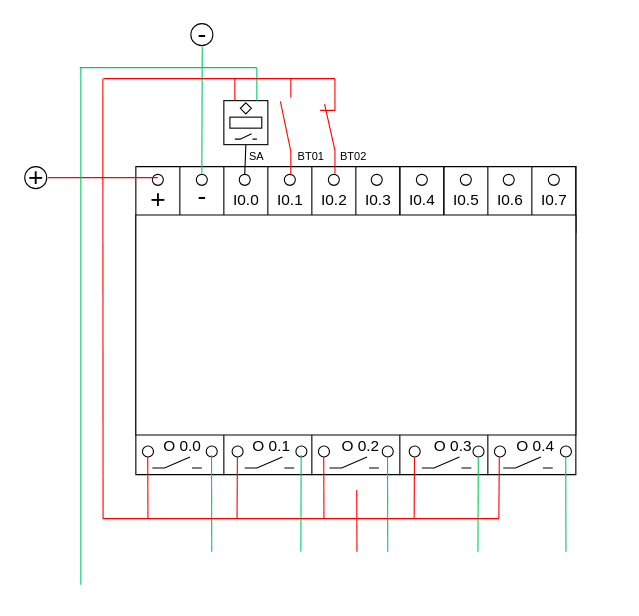
Earlier version of the draw.io diagram BottlingMachineDiagram.drawio (vittoria-thomasini/industrial-automation-plc). Source tidied: cells renumbered, new cells numbered last; positions are measured from the earlier drawing's top-left corner, leaving out a move shared by most shapes. Both pictures are drawn from the tidied source at 110%, with x=0, y=0 at pixel (19, 23).
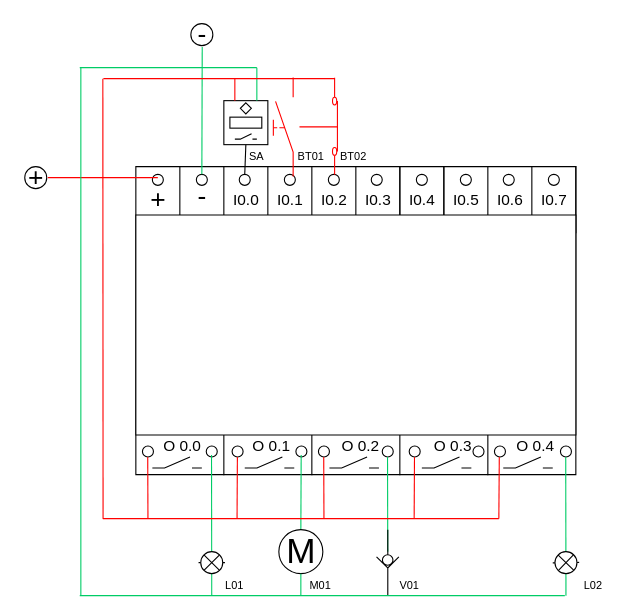
The same diagram, later.

Change to the diagram source:
```diff
@@
-    <mxCell id="64" style="endArrow=none;html=1;strokeColor=#00CC66;" parent="1" edge="1">
-      <mxGeometry relative="1" as="geometry">
-        <mxPoint x="417" y="480" as="sourcePoint" />
-        <mxPoint x="417.3" y="394" as="targetPoint" />
-      </mxGeometry>
-    </mxCell>
     <mxCell id="65" style="endArrow=none;html=1;strokeColor=#00CC66;" parent="1" edge="1">
       <mxGeometry relative="1" as="geometry">
-        <mxPoint x="497" y="480" as="sourcePoint" />
+        <mxPoint x="497" y="520" as="sourcePoint" />
         <mxPoint x="496.8" y="394" as="targetPoint" />
       </mxGeometry>
     </mxCell>
@@
     <mxCell id="68" style="endArrow=none;html=1;strokeColor=#00CC66;" parent="1" edge="1">
       <mxGeometry relative="1" as="geometry">
-        <mxPoint x="175" y="480" as="sourcePoint" />
+        <mxPoint x="175" y="520" as="sourcePoint" />
         <mxPoint x="174.8" y="392.2" as="targetPoint" />
       </mxGeometry>
     </mxCell>
-    <mxCell id="69" style="endArrow=none;html=1;strokeColor=#00CC66;" parent="1" edge="1">
+    <mxCell id="69" style="endArrow=none;html=1;strokeColor=#00CC66;startArrow=none;" parent="1" edge="1" source="95">
       <mxGeometry relative="1" as="geometry">
-        <mxPoint x="256" y="480" as="sourcePoint" />
         <mxPoint x="256.3" y="392.2" as="targetPoint" />
       </mxGeometry>
     </mxCell>
@@
     <mxCell id="78" style="endArrow=none;html=1;strokeColor=#00CC66;" parent="1" edge="1">
       <mxGeometry relative="1" as="geometry">
-        <mxPoint x="56" y="510" as="sourcePoint" />
+        <mxPoint x="56" y="520" as="sourcePoint" />
         <mxPoint x="56" y="40" as="targetPoint" />
       </mxGeometry>
     </mxCell>
@@
-    <mxCell id="81" style="endArrow=none;html=1;strokeColor=#FF0000;entryX=1;entryY=1;entryDx=0;entryDy=0;entryPerimeter=0;" parent="1" edge="1" target="84">
+    <mxCell id="81" style="endArrow=none;html=1;strokeColor=#FF0000;entryX=1;entryY=1;entryDx=0;entryDy=0;entryPerimeter=0;" parent="1" edge="1">
       <mxGeometry relative="1" as="geometry">
         <mxPoint x="76.5" y="50" as="sourcePoint" />
+        <mxPoint x="287" y="50" as="targetPoint" />
       </mxGeometry>
     </mxCell>
@@
-    <mxCell id="83" style="verticalLabelPosition=bottom;shadow=0;dashed=0;align=center;html=1;verticalAlign=top;shape=mxgraph.electrical.electro-mechanical.make_contact;rotation=-90;strokeColor=#FF0000;" parent="1" vertex="1">
-      <mxGeometry x="197.9" y="89" width="88.5" height="9.5" as="geometry" />
-    </mxCell>
-    <mxCell id="84" style="verticalLabelPosition=bottom;shadow=0;dashed=0;align=center;html=1;verticalAlign=top;shape=mxgraph.electrical.electro-mechanical.break_contact;strokeColor=#FF0000;rotation=-90;" parent="1" vertex="1">
-      <mxGeometry x="237" y="86.5" width="86.5" height="13.5" as="geometry" />
-    </mxCell>
@@
-    <mxCell id="87" style="endArrow=none;html=1;strokeColor=#FF0000;" parent="1" edge="1">
-      <mxGeometry relative="1" as="geometry">
-        <mxPoint x="307" y="480" as="sourcePoint" />
-        <mxPoint x="306.8" y="424" as="targetPoint" />
-      </mxGeometry>
-    </mxCell>
@@
+    <mxCell id="89" style="verticalLabelPosition=bottom;shadow=0;dashed=0;align=center;html=1;verticalAlign=top;shape=mxgraph.electrical.electro-mechanical.manual_switch;strokeColor=#FF0000;rotation=-90;" parent="1" vertex="1">
+      <mxGeometry x="195" y="85" width="90" height="18" as="geometry" />
+    </mxCell>
+    <mxCell id="90" style="verticalLabelPosition=bottom;shadow=0;dashed=0;align=center;html=1;verticalAlign=top;shape=mxgraph.electrical.electro-mechanical.pushbutton_break;strokeColor=#FF0000;rotation=-90;" parent="1" vertex="1">
+      <mxGeometry x="228" y="76" width="88" height="34.5" as="geometry" />
+    </mxCell>
+    <mxCell id="91" style="verticalLabelPosition=bottom;shadow=0;dashed=0;align=center;html=1;verticalAlign=top;shape=mxgraph.electrical.miscellaneous.light_bulb;strokeColor=#000000;rotation=-180;" parent="1" vertex="1">
+      <mxGeometry x="163" y="480" width="24" height="20" as="geometry" />
+    </mxCell>
+    <mxCell id="92" style="verticalLabelPosition=bottom;shadow=0;dashed=0;align=center;html=1;verticalAlign=top;shape=mxgraph.electrical.miscellaneous.light_bulb;strokeColor=#000000;rotation=-181;" parent="1" vertex="1">
+      <mxGeometry x="485" y="480" width="24" height="20" as="geometry" />
+    </mxCell>
+    <mxCell id="93" style="verticalLabelPosition=bottom;html=1;verticalAlign=top;strokeColor=#000000;fillColor=#000000;align=center;shape=mxgraph.fluid_power.x10700;" parent="1" vertex="1">
+      <mxGeometry x="324.8" y="460" width="20.3" height="60" as="geometry" />
+    </mxCell>
+    <mxCell id="94" style="endArrow=none;html=1;strokeColor=#00CC66;" parent="1" edge="1">
+      <mxGeometry relative="1" as="geometry">
+        <mxPoint x="496" y="520" as="sourcePoint" />
+        <mxPoint x="55" y="520" as="targetPoint" />
+      </mxGeometry>
+    </mxCell>
+    <mxCell id="95" value="M" style="verticalLabelPosition=middle;shadow=0;dashed=0;align=center;html=1;verticalAlign=middle;strokeWidth=1;shape=ellipse;fontSize=32;perimeter=ellipsePerimeter;" parent="1" vertex="1">
+      <mxGeometry x="236" y="460" width="40" height="40" as="geometry" />
+    </mxCell>
+    <mxCell id="96" style="endArrow=none;html=1;strokeColor=#00CC66;" parent="1" edge="1" target="95">
+      <mxGeometry relative="1" as="geometry">
+        <mxPoint x="256" y="520" as="sourcePoint" />
+      </mxGeometry>
+    </mxCell>
+    <mxCell id="97" value="&lt;span style=&quot;font-size: 10px&quot;&gt;L02&lt;/span&gt;" style="text;html=1;strokeColor=none;fillColor=none;align=center;verticalAlign=middle;whiteSpace=wrap;rounded=0;" parent="1" vertex="1">
+      <mxGeometry x="502" y="500" width="40" height="20" as="geometry" />
+    </mxCell>
+    <mxCell id="98" value="&lt;span style=&quot;font-size: 10px&quot;&gt;V01&lt;/span&gt;" style="text;html=1;strokeColor=none;fillColor=none;align=center;verticalAlign=middle;whiteSpace=wrap;rounded=0;" parent="1" vertex="1">
+      <mxGeometry x="335" y="500" width="40" height="20" as="geometry" />
+    </mxCell>
+    <mxCell id="99" value="&lt;span style=&quot;font-size: 10px&quot;&gt;M01&lt;/span&gt;" style="text;html=1;strokeColor=none;fillColor=none;align=center;verticalAlign=middle;whiteSpace=wrap;rounded=0;" parent="1" vertex="1">
+      <mxGeometry x="254" y="500" width="40" height="20" as="geometry" />
+    </mxCell>
+    <mxCell id="100" value="&lt;font style=&quot;font-size: 10px&quot;&gt;L01&lt;/font&gt;" style="text;html=1;strokeColor=none;fillColor=none;align=center;verticalAlign=middle;whiteSpace=wrap;rounded=0;" parent="1" vertex="1">
+      <mxGeometry x="176" y="500" width="40" height="20" as="geometry" />
+    </mxCell>
```
